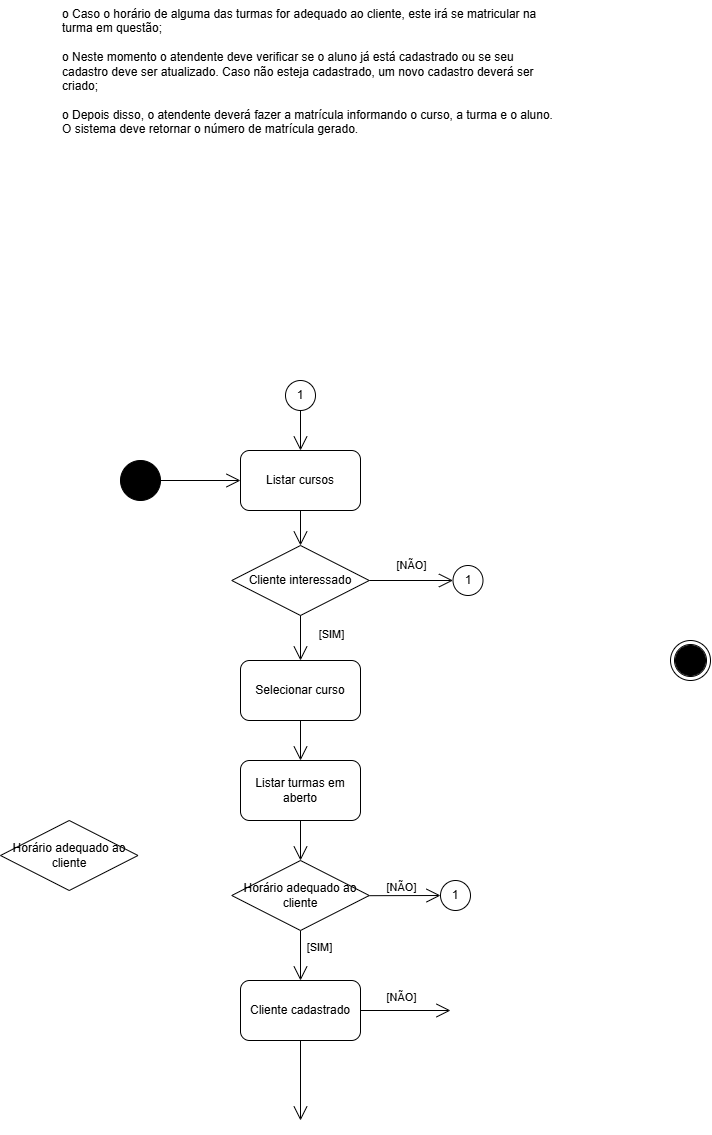
Earlier version of the draw.io export APOO/diagrama_atividade/02_atividade/Controle_de_Cursos.png (joao-marcos-azvd/Estudos-de-programacao). Source tidied: cells renumbered, new cells last; positions are measured from the earlier drawing's top-left corner, leaving out a move shared by most shapes.
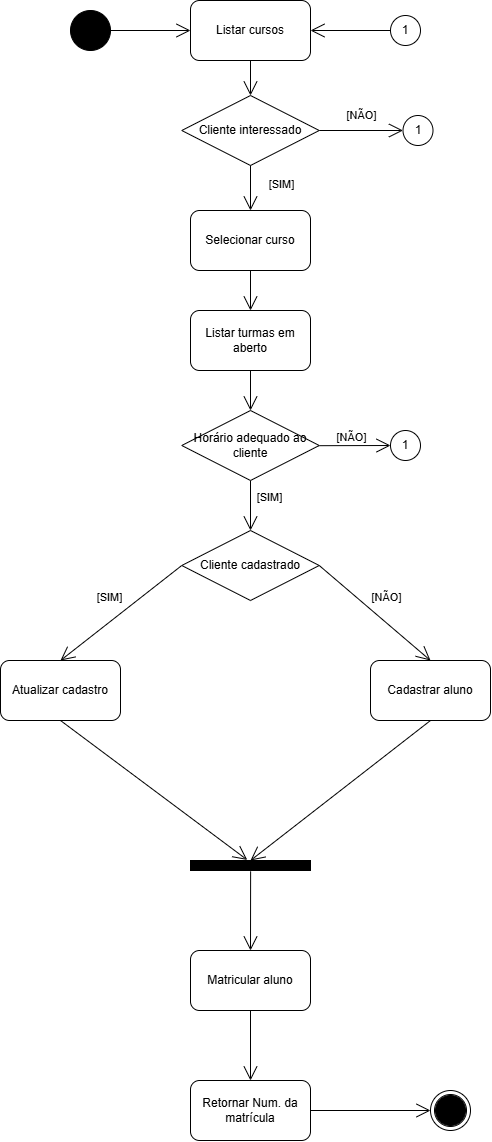
The same diagram one commit later.

Change to the diagram source:
```diff
@@ -6,14 +6,11 @@
       <mxGeometry x="120" y="460" width="40" height="40" as="geometry" />
     </mxCell>
     <mxCell id="3" style="ellipse;shape=doubleEllipse;whiteSpace=wrap;html=1;" parent="1" vertex="1">
-      <mxGeometry x="670" y="640" width="40" height="40" as="geometry" />
+      <mxGeometry x="480" y="1540" width="40" height="40" as="geometry" />
     </mxCell>
     <mxCell id="4" style="ellipse;shape=doubleEllipse;whiteSpace=wrap;html=1;fillColor=#000000;" parent="1" vertex="1">
-      <mxGeometry x="675" y="645" width="30" height="30" as="geometry" />
+      <mxGeometry x="485" y="1545" width="30" height="30" as="geometry" />
     </mxCell>
-    <mxCell id="5" value="&lt;div&gt;o Caso o horário de alguma das turmas for adequado ao cliente, este irá se matricular na&lt;br&gt;turma em questão;&lt;/div&gt;&lt;div&gt;&lt;br&gt;o Neste momento o atendente deve verificar se o aluno já está cadastrado ou se seu&lt;br&gt;cadastro deve ser atualizado. Caso não esteja cadastrado, um novo cadastro deverá ser&lt;br&gt;criado;&lt;/div&gt;&lt;div&gt;&lt;br&gt;o Depois disso, o atendente deverá fazer a matrícula informando o curso, a turma e o aluno.&lt;br&gt;O sistema deve retornar o número de matrícula gerado.&lt;/div&gt;" style="text;whiteSpace=wrap;html=1;" parent="1" vertex="1">
-      <mxGeometry x="60" width="520" height="180" as="geometry" />
-    </mxCell>
     <mxCell id="6" style="endArrow=open;endFill=1;endSize=12;html=1;rounded=0;exitX=1;exitY=0.5;exitDx=0;exitDy=0;entryX=0;entryY=0.5;entryDx=0;entryDy=0;" parent="1" edge="1" source="2" target="7">
       <mxGeometry relative="1" as="geometry" />
     </mxCell>
@@ -48,10 +45,7 @@
     <mxCell id="15" style="endArrow=open;endFill=1;endSize=12;html=1;rounded=0;exitX=0.5;exitY=1;exitDx=0;exitDy=0;entryX=0.5;entryY=0;entryDx=0;entryDy=0;" parent="1" edge="1" source="10" target="14">
       <mxGeometry relative="1" as="geometry" />
     </mxCell>
-    <mxCell id="16" value="Cliente cadastrado" style="rounded=1;whiteSpace=wrap;html=1;" parent="1" vertex="1">
-      <mxGeometry x="240" y="980" width="120" height="60" as="geometry" />
-    </mxCell>
-    <mxCell id="17" style="endArrow=open;endFill=1;endSize=12;html=1;rounded=0;exitX=0.5;exitY=1;exitDx=0;exitDy=0;entryX=0.5;entryY=0;entryDx=0;entryDy=0;" parent="1" edge="1" source="28" target="16">
+    <mxCell id="17" style="endArrow=open;endFill=1;endSize=12;html=1;rounded=0;exitX=0.5;exitY=1;exitDx=0;exitDy=0;entryX=0.5;entryY=0;entryDx=0;entryDy=0;" parent="1" edge="1" source="28" target="29">
       <mxGeometry relative="1" as="geometry" />
     </mxCell>
     <mxCell id="18" style="endArrow=open;endFill=1;endSize=12;html=1;rounded=0;exitX=0.5;exitY=1;exitDx=0;exitDy=0;entryX=0.5;entryY=0;entryDx=0;entryDy=0;" parent="1" edge="1" source="14" target="28">
@@ -74,9 +68,9 @@
       </mxGeometry>
     </mxCell>
     <mxCell id="23" value="1" style="ellipse;whiteSpace=wrap;html=1;" parent="1" vertex="1">
-      <mxGeometry x="285" y="380" width="30" height="30" as="geometry" />
+      <mxGeometry x="440" y="465" width="30" height="30" as="geometry" />
     </mxCell>
-    <mxCell id="24" style="endArrow=open;endFill=1;endSize=12;html=1;rounded=0;exitX=0.5;exitY=1;exitDx=0;exitDy=0;entryX=0.5;entryY=0;entryDx=0;entryDy=0;" parent="1" edge="1" source="23" target="7">
+    <mxCell id="24" style="endArrow=open;endFill=1;endSize=12;html=1;rounded=0;exitX=0;exitY=0.5;exitDx=0;exitDy=0;entryX=1;entryY=0.5;entryDx=0;entryDy=0;" parent="1" edge="1" source="23" target="7">
       <mxGeometry relative="1" as="geometry" />
     </mxCell>
     <mxCell id="25" value="1" style="ellipse;whiteSpace=wrap;html=1;" parent="1" vertex="1">
@@ -85,26 +79,59 @@
     <mxCell id="26" style="endArrow=open;endFill=1;endSize=12;html=1;rounded=0;entryX=0;entryY=0.5;entryDx=0;entryDy=0;exitX=1;exitY=0.5;exitDx=0;exitDy=0;" parent="1" edge="1" source="8" target="25">
       <mxGeometry relative="1" as="geometry" />
     </mxCell>
-    <mxCell id="27" style="endArrow=open;endFill=1;endSize=12;html=1;rounded=0;exitX=0.5;exitY=1;exitDx=0;exitDy=0;entryX=0.5;entryY=0;entryDx=0;entryDy=0;" parent="1" edge="1" source="16">
-      <mxGeometry relative="1" as="geometry">
-        <mxPoint x="300" y="1120" as="targetPoint" />
-      </mxGeometry>
+    <mxCell id="27" style="endArrow=open;endFill=1;endSize=12;html=1;rounded=0;exitX=0;exitY=0.5;exitDx=0;exitDy=0;entryX=0.5;entryY=0;entryDx=0;entryDy=0;" parent="1" edge="1" source="29" target="33">
+      <mxGeometry relative="1" as="geometry" />
     </mxCell>
     <mxCell id="28" value="Horário adequado ao cliente" style="rhombus;whiteSpace=wrap;html=1;" parent="1" vertex="1">
       <mxGeometry x="231.2" y="860" width="137.5" height="70" as="geometry" />
     </mxCell>
-    <mxCell id="29" value="Horário adequado ao cliente" style="rhombus;whiteSpace=wrap;html=1;" parent="1" vertex="1">
-      <mxGeometry y="820" width="137.5" height="70" as="geometry" />
+    <mxCell id="29" value="Cliente cadastrado" style="rhombus;whiteSpace=wrap;html=1;" parent="1" vertex="1">
+      <mxGeometry x="231.2" y="980" width="137.5" height="70" as="geometry" />
     </mxCell>
-    <mxCell id="30" style="endArrow=open;endFill=1;endSize=12;html=1;rounded=0;exitX=1;exitY=0.5;exitDx=0;exitDy=0;" parent="1" edge="1" source="16">
-      <mxGeometry relative="1" as="geometry">
-        <mxPoint x="450" y="1010" as="targetPoint" />
-      </mxGeometry>
+    <mxCell id="30" style="endArrow=open;endFill=1;endSize=12;html=1;rounded=0;exitX=1;exitY=0.5;exitDx=0;exitDy=0;entryX=0.5;entryY=0;entryDx=0;entryDy=0;" parent="1" edge="1" source="29" target="34">
+      <mxGeometry relative="1" as="geometry" />
     </mxCell>
     <mxCell id="31" value="[NÃO]" style="edgeLabel;html=1;align=center;verticalAlign=middle;" parent="1" vertex="1">
-      <mxGeometry x="420" y="1000" as="geometry">
+      <mxGeometry x="455" y="1050" as="geometry">
         <mxPoint x="-20" y="-4" as="offset" />
       </mxGeometry>
     </mxCell>
+    <mxCell id="32" value="[SIM]" style="edgeLabel;html=1;align=center;verticalAlign=middle;" parent="1" vertex="1">
+      <mxGeometry x="170" y="1040" as="geometry">
+        <mxPoint x="-12" y="6" as="offset" />
+      </mxGeometry>
+    </mxCell>
+    <mxCell id="33" value="Atualizar cadastro" style="rounded=1;whiteSpace=wrap;html=1;" parent="1" vertex="1">
+      <mxGeometry x="50" y="1110" width="120" height="60" as="geometry" />
+    </mxCell>
+    <mxCell id="34" value="Cadastrar aluno" style="rounded=1;whiteSpace=wrap;html=1;" parent="1" vertex="1">
+      <mxGeometry x="420" y="1110" width="120" height="60" as="geometry" />
+    </mxCell>
+    <mxCell id="35" style="verticalLabelPosition=bottom;verticalAlign=top;html=1;shape=mxgraph.basic.rect;fillColor2=none;strokeWidth=1;size=20;indent=5;fillColor=#000000;" parent="1" vertex="1">
+      <mxGeometry x="240" y="1310" width="120" height="10" as="geometry" />
+    </mxCell>
+    <mxCell id="36" style="endArrow=open;endFill=1;endSize=12;html=1;rounded=0;entryX=0.473;entryY=-0.057;entryDx=0;entryDy=0;entryPerimeter=0;exitX=0.5;exitY=1;exitDx=0;exitDy=0;" parent="1" edge="1" source="33" target="35">
+      <mxGeometry relative="1" as="geometry" />
+    </mxCell>
+    <mxCell id="37" style="endArrow=open;endFill=1;endSize=12;html=1;rounded=0;exitX=0.5;exitY=1;exitDx=0;exitDy=0;" parent="1" edge="1" source="34">
+      <mxGeometry relative="1" as="geometry">
+        <mxPoint x="300" y="1310" as="targetPoint" />
+      </mxGeometry>
+    </mxCell>
+    <mxCell id="38" value="Matricular aluno" style="rounded=1;whiteSpace=wrap;html=1;" parent="1" vertex="1">
+      <mxGeometry x="240" y="1400" width="120" height="60" as="geometry" />
+    </mxCell>
+    <mxCell id="39" style="endArrow=open;endFill=1;endSize=12;html=1;rounded=0;exitX=0.501;exitY=1.086;exitDx=0;exitDy=0;entryX=0.5;entryY=0;entryDx=0;entryDy=0;exitPerimeter=0;" parent="1" edge="1" source="35" target="38">
+      <mxGeometry relative="1" as="geometry" />
+    </mxCell>
+    <mxCell id="40" value="Retornar Num. da matrícula" style="rounded=1;whiteSpace=wrap;html=1;" parent="1" vertex="1">
+      <mxGeometry x="240" y="1530" width="120" height="60" as="geometry" />
+    </mxCell>
+    <mxCell id="41" style="endArrow=open;endFill=1;endSize=12;html=1;rounded=0;exitX=0.5;exitY=1;exitDx=0;exitDy=0;entryX=0.5;entryY=0;entryDx=0;entryDy=0;" parent="1" edge="1" source="38" target="40">
+      <mxGeometry relative="1" as="geometry" />
+    </mxCell>
+    <mxCell id="42" style="endArrow=open;endFill=1;endSize=12;html=1;rounded=0;exitX=1;exitY=0.5;exitDx=0;exitDy=0;entryX=0;entryY=0.5;entryDx=0;entryDy=0;" parent="1" edge="1" source="40" target="3">
+      <mxGeometry relative="1" as="geometry" />
+    </mxCell>
   </root>
 </mxGraphModel>
```
